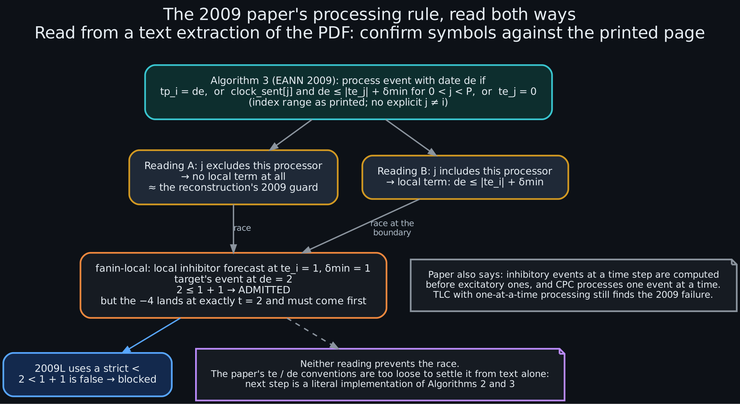
Above: diagrams/2026-11-24-verification/04_paper_algorithm3.png in danindiana/go_damned (Graphviz), before the change. Its source is kept beside it as diagrams/2026-11-24-verification/04_paper_algorithm3.dot.
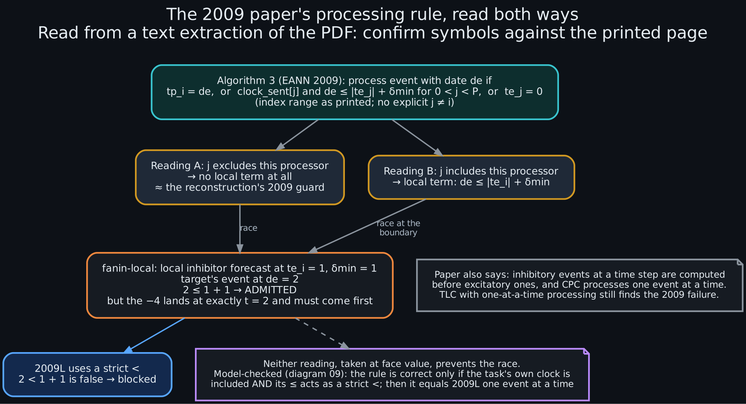
Above is the later version.

The edit, as a diff of the source:
```diff
@@ -15,7 +15,7 @@
 
     l [label="2009L uses a strict <\n2 < 1 + 1 is false → blocked", color="#58a6ff", fillcolor="#13294d"];
 
-    verdict [label="Neither reading prevents the race.\nThe paper's te / de conventions are too loose to settle it from text alone:\nnext step is a literal implementation of Algorithms 2 and 3", shape=note, color="#bc8cff", fontsize=11];
+    verdict [label="Neither reading, taken at face value, prevents the race.\nModel-checked (diagram 09): the rule is correct only if the task's own clock is\nincluded AND its ≤ acts as a strict <; then it equals 2009L one event at a time", shape=note, color="#bc8cff", fontsize=11];
 
     rule -> r1; rule -> r2;
     r1 -> ex [label="race"]; r2 -> ex [label="race at the\nboundary"];
```
